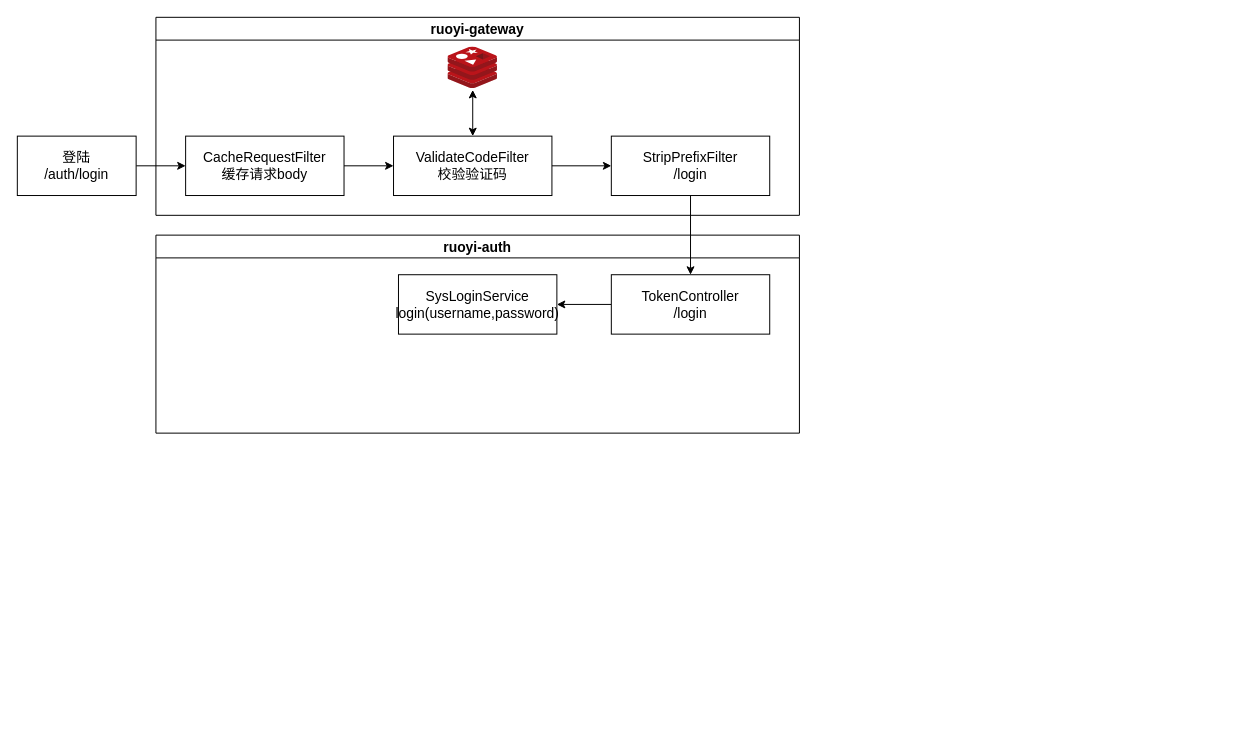
songailin/draw keeps this draw.io diagram as ruoyi.drawio. Above is the earlier version. Source tidied: cells renumbered, new cells numbered last; positions are measured from the earlier drawing's top-left corner, leaving out a move shared by most shapes. Both pictures are drawn from the tidied source at 99%, with x=0, y=0 at pixel (17, 17).
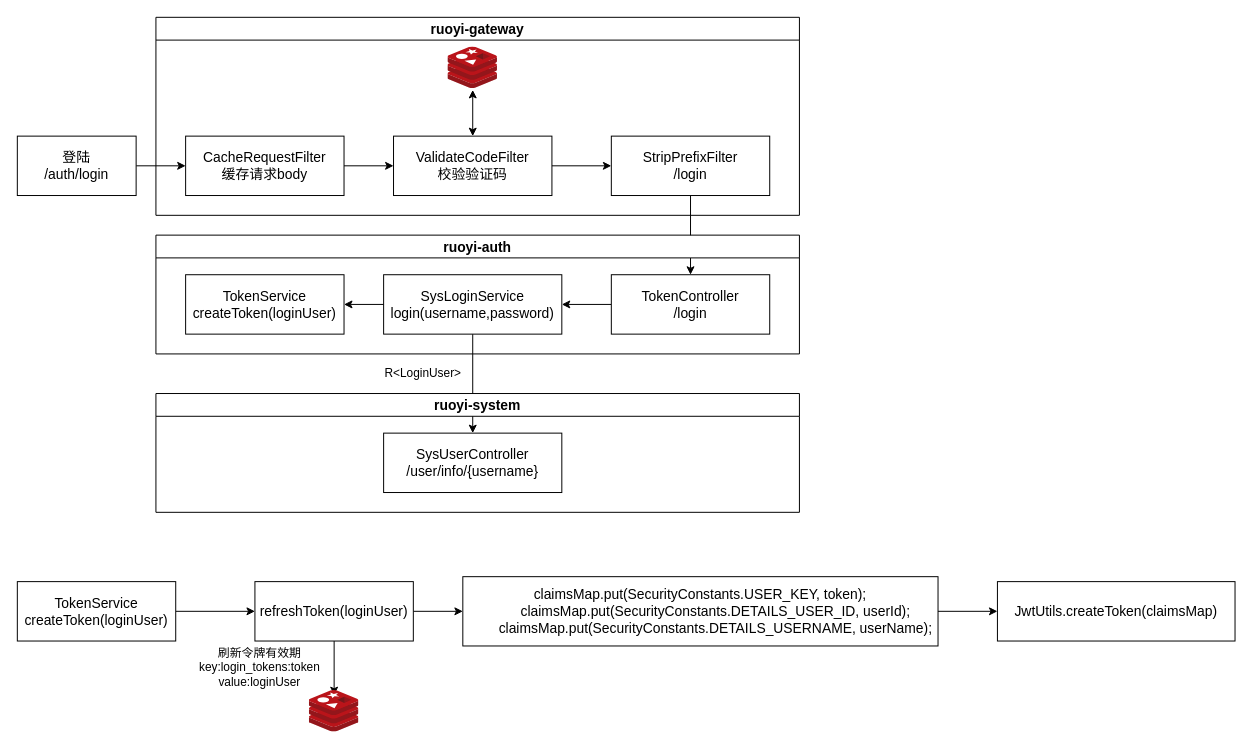
After the change.

The change refers to these unchanged cells:
```xml
<mxCell id="10" value="StripPrefixFilter&lt;br&gt;/login" style="rounded=0;whiteSpace=wrap;html=1;fontSize=14;" parent="4" vertex="1">
  <mxGeometry x="460" y="120" width="160" height="60" as="geometry" />
</mxCell>
<mxCell id="13" value="TokenController&lt;br&gt;/login" style="rounded=0;whiteSpace=wrap;html=1;fontSize=14;" parent="1" vertex="1">
  <mxGeometry x="600" y="260" width="160" height="60" as="geometry" />
</mxCell>
```

Diff of the diagram source:
```diff
@@
+    <mxCell id="17" style="edgeStyle=orthogonalEdgeStyle;rounded=0;jettySize=auto;html=1;exitX=0.5;exitY=1;exitDx=0;exitDy=0;entryX=0.5;entryY=0;entryDx=0;entryDy=0;fontSize=14;startArrow=none;startFill=0;" parent="1" edge="1" source="14" target="21">
+      <mxGeometry relative="1" as="geometry" />
+    </mxCell>
+    <mxCell id="16" style="edgeStyle=orthogonalEdgeStyle;rounded=0;jettySize=auto;html=1;fontSize=14;startArrow=none;startFill=0;" parent="1" edge="1" source="10" target="13">
+      <mxGeometry relative="1" as="geometry" />
+    </mxCell>
@@
+    <mxCell id="15" value="ruoyi-auth" style="swimlane;fontSize=14;" parent="1" vertex="1">
+      <mxGeometry x="140" y="220" width="650" height="120" as="geometry" />
+    </mxCell>
-    <mxCell id="14" value="SysLoginService&lt;br&gt;login(username,password)" style="rounded=0;whiteSpace=wrap;html=1;fontSize=14;" parent="1" vertex="1">
-      <mxGeometry x="385" y="260" width="160" height="60" as="geometry" />
+    <mxCell id="14" value="SysLoginService&lt;br&gt;login(username,password)" style="rounded=0;whiteSpace=wrap;html=1;fontSize=14;" parent="15" vertex="1">
+      <mxGeometry x="230" y="40" width="180" height="60" as="geometry" />
     </mxCell>
-    <mxCell id="15" value="ruoyi-auth" style="swimlane;fontSize=14;" parent="1" vertex="1">
-      <mxGeometry x="140" y="220" width="650" height="200" as="geometry" />
-    </mxCell>
-    <mxCell id="16" style="edgeStyle=orthogonalEdgeStyle;rounded=0;jettySize=auto;html=1;fontSize=14;startArrow=none;startFill=0;" parent="1" edge="1" source="10" target="13">
-      <mxGeometry relative="1" as="geometry" />
-    </mxCell>
+    <mxCell id="18" style="edgeStyle=orthogonalEdgeStyle;rounded=0;jettySize=auto;html=1;fontSize=14;startArrow=none;startFill=0;" parent="15" edge="1" source="14" target="19">
+      <mxGeometry relative="1" as="geometry" />
+    </mxCell>
+    <mxCell id="19" value="TokenService&lt;br&gt;createToken(loginUser)" style="whiteSpace=wrap;html=1;fontSize=14;rounded=0;" parent="15" vertex="1">
+      <mxGeometry x="30" y="40" width="160" height="60" as="geometry" />
+    </mxCell>
+    <mxCell id="20" value="ruoyi-system" style="swimlane;fontSize=14;" parent="1" vertex="1">
+      <mxGeometry x="140" y="380" width="650" height="120" as="geometry" />
+    </mxCell>
+    <mxCell id="21" value="SysUserController&lt;br&gt;/user/info/{username}" style="rounded=0;whiteSpace=wrap;html=1;fontSize=14;" parent="20" vertex="1">
+      <mxGeometry x="230" y="40" width="180" height="60" as="geometry" />
+    </mxCell>
+    <mxCell id="22" value="R&amp;lt;LoginUser&amp;gt;" style="text;html=1;strokeColor=none;fillColor=none;align=center;verticalAlign=middle;whiteSpace=wrap;rounded=0;fontSize=12;" parent="1" vertex="1">
+      <mxGeometry x="380" y="345" width="60" height="30" as="geometry" />
+    </mxCell>
+    <mxCell id="23" style="edgeStyle=orthogonalEdgeStyle;rounded=0;jettySize=auto;html=1;fontSize=14;startArrow=none;startFill=0;" parent="1" edge="1" source="24" target="27">
+      <mxGeometry relative="1" as="geometry" />
+    </mxCell>
+    <mxCell id="24" value="TokenService&lt;br&gt;createToken(loginUser)" style="whiteSpace=wrap;html=1;fontSize=14;rounded=0;" parent="1" vertex="1">
+      <mxGeometry y="570" width="160" height="60" as="geometry" />
+    </mxCell>
+    <mxCell id="25" style="edgeStyle=orthogonalEdgeStyle;rounded=0;jettySize=auto;html=1;entryX=0.5;entryY=0.111;entryDx=0;entryDy=0;entryPerimeter=0;fontSize=14;startArrow=none;startFill=0;" parent="1" edge="1" source="27" target="28">
+      <mxGeometry relative="1" as="geometry" />
+    </mxCell>
+    <mxCell id="26" style="edgeStyle=orthogonalEdgeStyle;rounded=0;jettySize=auto;html=1;fontSize=12;startArrow=none;startFill=0;" parent="1" edge="1" source="27" target="32">
+      <mxGeometry relative="1" as="geometry" />
+    </mxCell>
+    <mxCell id="27" value="refreshToken(loginUser)" style="whiteSpace=wrap;html=1;fontSize=14;rounded=0;" parent="1" vertex="1">
+      <mxGeometry x="240" y="570" width="160" height="60" as="geometry" />
+    </mxCell>
+    <mxCell id="28" style="sketch=0;html=1;points=[];align=center;image;fontSize=12;image=img/lib/mscae/Cache_Redis_Product.svg;" parent="1" vertex="1">
+      <mxGeometry x="295" y="680" width="50" height="42" as="geometry" />
+    </mxCell>
+    <mxCell id="29" value="刷新令牌有效期&lt;br&gt;key:login_tokens:token&lt;br&gt;value:loginUser" style="text;html=1;strokeColor=none;fillColor=none;align=center;verticalAlign=middle;whiteSpace=wrap;rounded=0;fontSize=12;" parent="1" vertex="1">
+      <mxGeometry x="170" y="642" width="150" height="30" as="geometry" />
+    </mxCell>
+    <mxCell id="30" value="JwtUtils.createToken(claimsMap)" style="whiteSpace=wrap;html=1;fontSize=14;rounded=0;" parent="1" vertex="1">
+      <mxGeometry x="990" y="570" width="240" height="60" as="geometry" />
+    </mxCell>
+    <mxCell id="31" style="edgeStyle=orthogonalEdgeStyle;rounded=0;jettySize=auto;html=1;entryX=0;entryY=0.5;entryDx=0;entryDy=0;fontSize=12;startArrow=none;startFill=0;" parent="1" edge="1" source="32" target="30">
+      <mxGeometry relative="1" as="geometry" />
+    </mxCell>
+    <mxCell id="32" value="&lt;div&gt;claimsMap.put(SecurityConstants.USER_KEY, token);&lt;/div&gt;&lt;div&gt;&amp;nbsp; &amp;nbsp; &amp;nbsp; &amp;nbsp; claimsMap.put(SecurityConstants.DETAILS_USER_ID, userId);&lt;/div&gt;&lt;div&gt;&amp;nbsp; &amp;nbsp; &amp;nbsp; &amp;nbsp; claimsMap.put(SecurityConstants.DETAILS_USERNAME, userName);&lt;/div&gt;" style="whiteSpace=wrap;html=1;fontSize=14;rounded=0;" parent="1" vertex="1">
+      <mxGeometry x="450" y="565" width="480" height="70" as="geometry" />
+    </mxCell>
```
